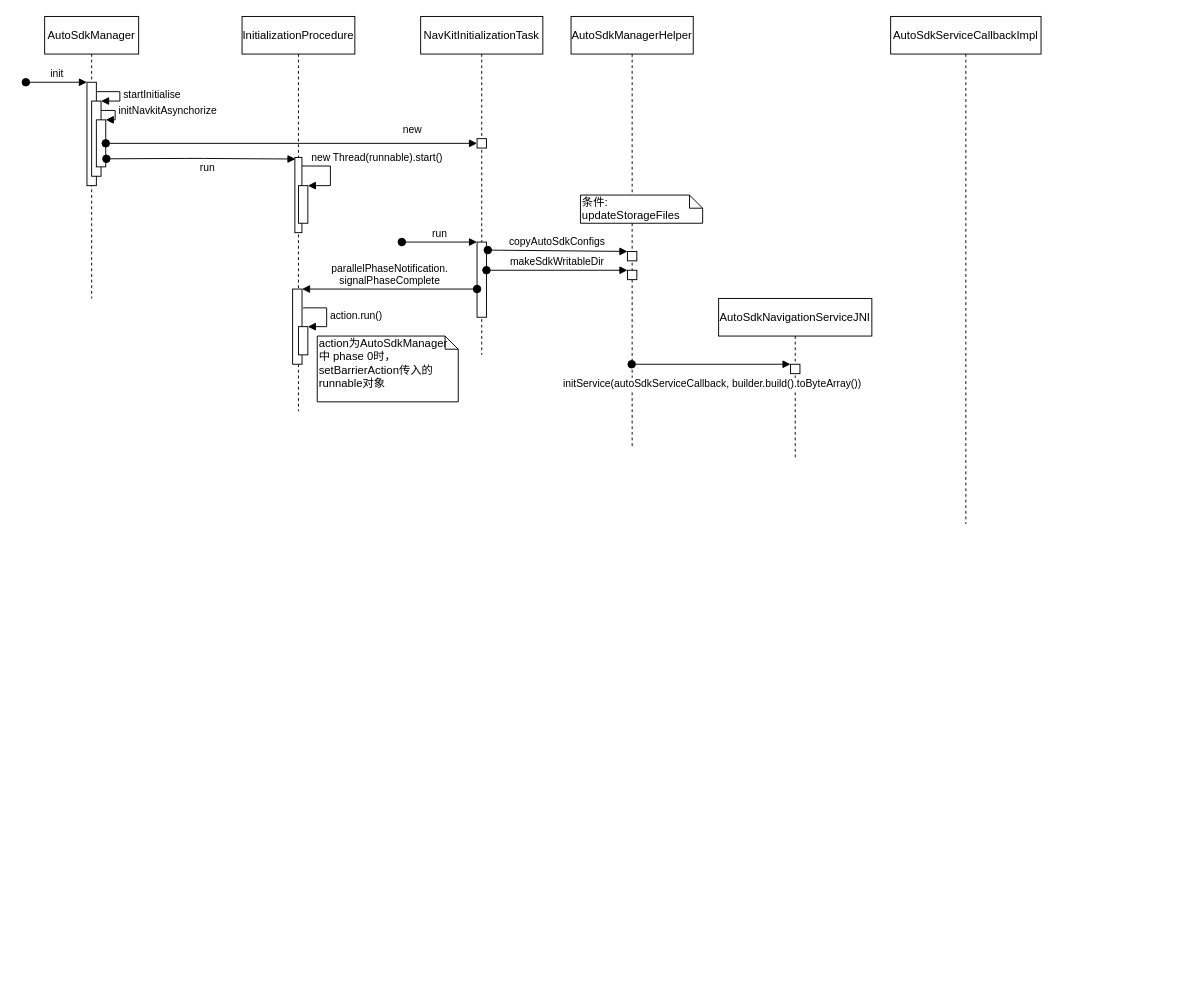
This is page "Page-2" (2 of 2) of Navkit_load_procesee.drawio from joyment2010/joy, a draw.io file, before an edit. Source tidied: cells renumbered, new cells numbered last; positions are measured from the earlier drawing's top-left corner, leaving out a move shared by most shapes. Both pictures are drawn from the tidied source at 94%, with x=0, y=0 at pixel (25, 16).
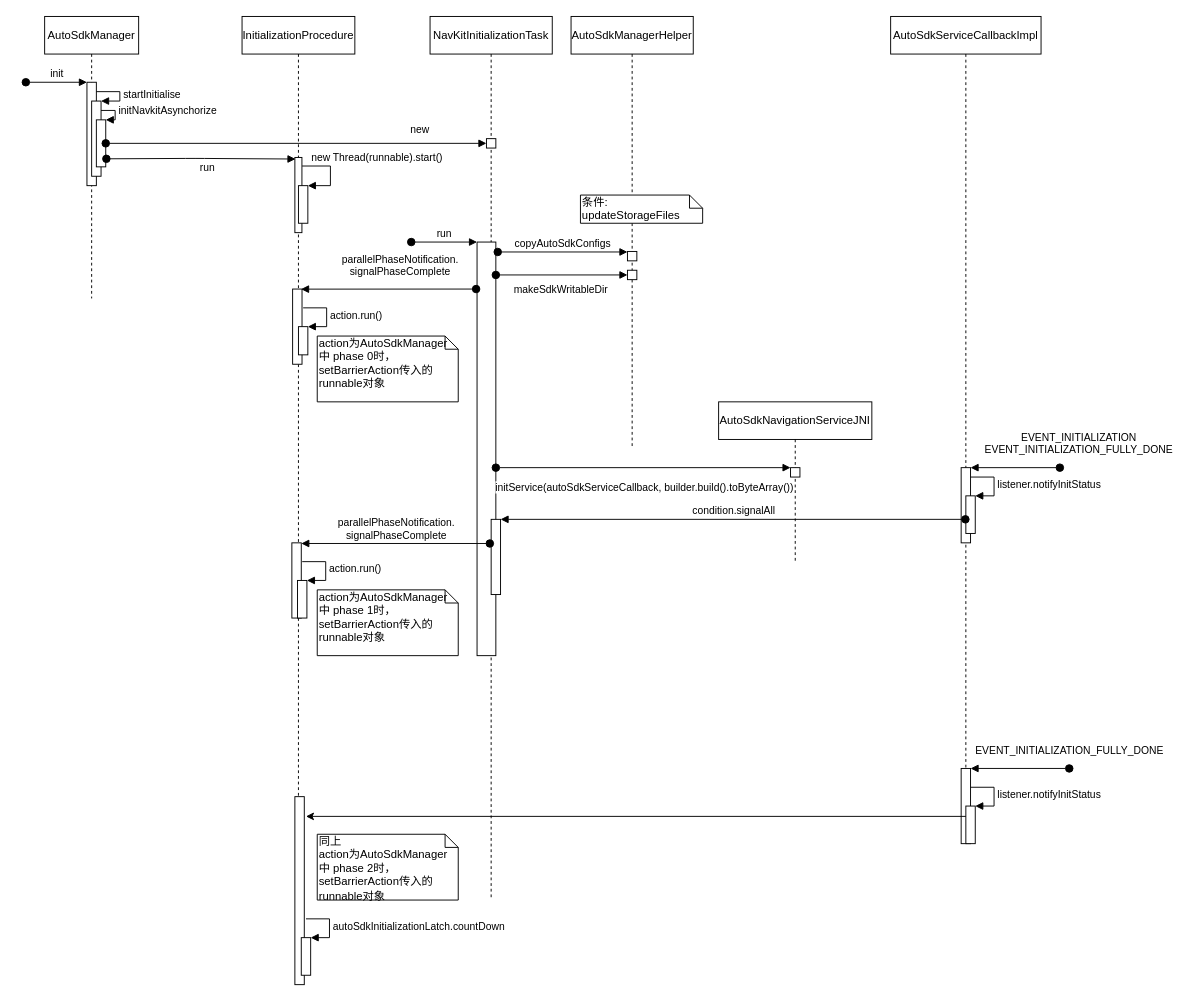
After the change.

The change refers to these unchanged cells:
```xml
<mxCell id="18" style="html=1;points=[];perimeter=orthogonalPerimeter;" parent="14" vertex="1">
  <mxGeometry x="53.8" y="290" width="10" height="80" as="geometry" />
</mxCell>
<mxCell id="22" value="AutoSdkManagerHelper" style="shape=umlLifeline;perimeter=lifelinePerimeter;whiteSpace=wrap;html=1;outlineConnect=0;" parent="1" vertex="1">
  <mxGeometry x="580" width="130" height="460" as="geometry" />
</mxCell>
<mxCell id="23" style="html=1;points=[];perimeter=orthogonalPerimeter;" parent="22" vertex="1">
  <mxGeometry x="60" y="250" width="10" height="10" as="geometry" />
</mxCell>
<mxCell id="24" style="html=1;points=[];perimeter=orthogonalPerimeter;" parent="22" vertex="1">
  <mxGeometry x="60" y="270" width="10" height="10" as="geometry" />
</mxCell>
<mxCell id="31" style="html=1;points=[];perimeter=orthogonalPerimeter;" parent="30" vertex="1">
  <mxGeometry x="76.5" y="70" width="10" height="10" as="geometry" />
</mxCell>
```

What changed in the source:
```diff
@@
     <mxCell id="9" value="NavKitInitializationTask" style="shape=umlLifeline;perimeter=lifelinePerimeter;whiteSpace=wrap;html=1;" parent="1" vertex="1">
-      <mxGeometry x="420" width="130" height="360" as="geometry" />
+      <mxGeometry x="430" width="130" height="940" as="geometry" />
     </mxCell>
@@
     <mxCell id="11" style="html=1;points=[];perimeter=orthogonalPerimeter;" parent="9" vertex="1">
-      <mxGeometry x="60" y="240" width="10" height="80" as="geometry" />
+      <mxGeometry x="50" y="240" width="20" height="440" as="geometry" />
     </mxCell>
@@
+    <mxCell id="34" style="html=1;points=[];perimeter=orthogonalPerimeter;" parent="9" vertex="1">
+      <mxGeometry x="65" y="535" width="10" height="80" as="geometry" />
+    </mxCell>
@@
     <mxCell id="14" value="InitializationProcedure" style="shape=umlLifeline;perimeter=lifelinePerimeter;whiteSpace=wrap;html=1;" parent="1" vertex="1">
-      <mxGeometry x="230" width="120" height="420" as="geometry" />
+      <mxGeometry x="230" width="120" height="1030" as="geometry" />
     </mxCell>
@@
+    <mxCell id="35" style="html=1;points=[];perimeter=orthogonalPerimeter;" parent="14" vertex="1">
+      <mxGeometry x="53" y="560" width="10" height="80" as="geometry" />
+    </mxCell>
+    <mxCell id="36" style="html=1;points=[];perimeter=orthogonalPerimeter;" parent="14" vertex="1">
+      <mxGeometry x="59" y="600" width="10" height="40" as="geometry" />
+    </mxCell>
+    <mxCell id="37" value="action.run()" style="edgeStyle=orthogonalEdgeStyle;html=1;align=left;spacingLeft=2;endArrow=block;rounded=0;entryX=1;entryY=0;" parent="14" edge="1" target="36">
+      <mxGeometry relative="1" as="geometry">
+        <mxPoint x="64" y="580" as="sourcePoint" />
+        <Array as="points">
+          <mxPoint x="89" y="580" />
+        </Array>
+      </mxGeometry>
+    </mxCell>
+    <mxCell id="38" style="html=1;perimeter=orthogonalPerimeter;" parent="14" vertex="1">
+      <mxGeometry x="56.2" y="830" width="10" height="200" as="geometry" />
+    </mxCell>
+    <mxCell id="39" style="html=1;points=[];perimeter=orthogonalPerimeter;" parent="14" vertex="1">
+      <mxGeometry x="63" y="980" width="10" height="40" as="geometry" />
+    </mxCell>
+    <mxCell id="40" value="autoSdkInitializationLatch.countDown" style="edgeStyle=orthogonalEdgeStyle;html=1;align=left;spacingLeft=2;endArrow=block;rounded=0;entryX=1;entryY=0;" parent="14" edge="1" target="39">
+      <mxGeometry relative="1" as="geometry">
+        <mxPoint x="68" y="960" as="sourcePoint" />
+        <Array as="points">
+          <mxPoint x="93" y="960" />
+        </Array>
+      </mxGeometry>
+    </mxCell>
@@
-    <mxCell id="25" value="copyAutoSdkConfigs" style="html=1;verticalAlign=bottom;startArrow=oval;endArrow=block;startSize=8;exitX=1.144;exitY=0.107;exitDx=0;exitDy=0;exitPerimeter=0;" parent="1" edge="1" source="11" target="23">
+    <mxCell id="25" value="copyAutoSdkConfigs" style="html=1;verticalAlign=bottom;startArrow=oval;endArrow=block;startSize=8;exitX=1.1;exitY=0.024;exitDx=0;exitDy=0;exitPerimeter=0;" parent="1" edge="1" source="11" target="23">
       <mxGeometry relative="1" as="geometry" />
     </mxCell>
-    <mxCell id="26" value="makeSdkWritableDir" style="html=1;verticalAlign=bottom;startArrow=oval;endArrow=block;startSize=8;exitX=1;exitY=0.375;exitDx=0;exitDy=0;exitPerimeter=0;" parent="1" edge="1" source="11" target="24">
-      <mxGeometry relative="1" as="geometry" />
+    <mxCell id="26" value="makeSdkWritableDir" style="html=1;verticalAlign=bottom;startArrow=oval;endArrow=block;startSize=8;" parent="1" edge="1" target="24">
+      <mxGeometry y="-25" relative="1" as="geometry">
+        <mxPoint x="500" y="275" as="sourcePoint" />
+        <mxPoint x="-1" as="offset" />
+      </mxGeometry>
     </mxCell>
@@
-    <mxCell id="28" value="parallelPhaseNotification.&lt;br&gt;signalPhaseComplete" style="html=1;verticalAlign=bottom;startArrow=oval;endArrow=block;startSize=8;" parent="1" edge="1" target="18">
-      <mxGeometry relative="1" as="geometry">
-        <mxPoint x="480" y="290" as="sourcePoint" />
+    <mxCell id="28" value="parallelPhaseNotification.&lt;br&gt;signalPhaseComplete" style="html=1;verticalAlign=bottom;startArrow=oval;endArrow=block;startSize=8;entryX=0.894;entryY=0.001;entryDx=0;entryDy=0;entryPerimeter=0;" parent="1" edge="1" target="18">
+      <mxGeometry x="-0.14" y="-9" relative="1" as="geometry">
+        <mxPoint x="479" y="290" as="sourcePoint" />
+        <mxPoint x="-1" as="offset" />
       </mxGeometry>
     </mxCell>
@@
     <mxCell id="30" value="AutoSdkNavigationServiceJNI" style="shape=umlLifeline;perimeter=lifelinePerimeter;whiteSpace=wrap;html=1;" parent="1" vertex="1">
-      <mxGeometry x="737" y="300" width="163" height="170" as="geometry" />
+      <mxGeometry x="737" y="410" width="163" height="170" as="geometry" />
     </mxCell>
@@
-    <mxCell id="32" value="initService(autoSdkServiceCallback, builder.build().toByteArray())" style="html=1;verticalAlign=bottom;startArrow=oval;endArrow=block;startSize=8;" parent="1" edge="1" source="22" target="31">
+    <mxCell id="32" value="initService(autoSdkServiceCallback, builder.build().toByteArray())" style="html=1;verticalAlign=bottom;startArrow=oval;endArrow=block;startSize=8;" parent="1" edge="1" source="11" target="31">
       <mxGeometry x="0.01" y="-30" relative="1" as="geometry" />
     </mxCell>
     <mxCell id="33" value="AutoSdkServiceCallbackImpl" style="shape=umlLifeline;perimeter=lifelinePerimeter;whiteSpace=wrap;html=1;outlineConnect=0;" parent="1" vertex="1">
-      <mxGeometry x="920" width="160" height="540" as="geometry" />
+      <mxGeometry x="920" width="160" height="880" as="geometry" />
     </mxCell>
+    <mxCell id="41" style="html=1;points=[];perimeter=orthogonalPerimeter;" parent="33" vertex="1">
+      <mxGeometry x="75" y="480" width="10" height="80" as="geometry" />
+    </mxCell>
+    <mxCell id="42" value="EVENT_INITIALIZATION&lt;br&gt;EVENT_INITIALIZATION_FULLY_DONE" style="html=1;verticalAlign=bottom;startArrow=oval;endArrow=block;startSize=8;" parent="33" edge="1" target="41">
+      <mxGeometry x="-1" y="-22" relative="1" as="geometry">
+        <mxPoint x="180" y="480" as="sourcePoint" />
+        <mxPoint x="20" y="12" as="offset" />
+      </mxGeometry>
+    </mxCell>
+    <mxCell id="43" style="html=1;points=[];perimeter=orthogonalPerimeter;" parent="33" vertex="1">
+      <mxGeometry x="75" y="800" width="10" height="80" as="geometry" />
+    </mxCell>
+    <mxCell id="44" value="EVENT_INITIALIZATION_FULLY_DONE" style="html=1;verticalAlign=bottom;startArrow=oval;endArrow=block;startSize=8;" parent="33" edge="1" target="43">
+      <mxGeometry x="-1" y="-10" relative="1" as="geometry">
+        <mxPoint x="190" y="800" as="sourcePoint" />
+      </mxGeometry>
+    </mxCell>
+    <mxCell id="45" style="html=1;points=[];perimeter=orthogonalPerimeter;" parent="33" vertex="1">
+      <mxGeometry x="80" y="840" width="10" height="40" as="geometry" />
+    </mxCell>
+    <mxCell id="46" value="listener.notifyInitStatus" style="edgeStyle=orthogonalEdgeStyle;html=1;align=left;spacingLeft=2;endArrow=block;rounded=0;entryX=1;entryY=0;" parent="33" edge="1" target="45">
+      <mxGeometry relative="1" as="geometry">
+        <mxPoint x="85" y="820" as="sourcePoint" />
+        <Array as="points">
+          <mxPoint x="110" y="820" />
+        </Array>
+      </mxGeometry>
+    </mxCell>
+    <mxCell id="47" style="html=1;points=[];perimeter=orthogonalPerimeter;" parent="1" vertex="1">
+      <mxGeometry x="1000" y="510" width="10" height="40" as="geometry" />
+    </mxCell>
+    <mxCell id="48" value="listener.notifyInitStatus" style="edgeStyle=orthogonalEdgeStyle;html=1;align=left;spacingLeft=2;endArrow=block;rounded=0;entryX=1;entryY=0;" parent="1" edge="1" target="47">
+      <mxGeometry relative="1" as="geometry">
+        <mxPoint x="1005" y="490" as="sourcePoint" />
+        <Array as="points">
+          <mxPoint x="1030" y="490" />
+        </Array>
+      </mxGeometry>
+    </mxCell>
+    <mxCell id="49" value="condition.signalAll" style="html=1;verticalAlign=bottom;startArrow=oval;endArrow=block;startSize=8;" parent="1" edge="1" source="33" target="34">
+      <mxGeometry relative="1" as="geometry" />
+    </mxCell>
+    <mxCell id="50" value="&lt;div&gt;parallelPhaseNotification.&lt;/div&gt;&lt;div&gt;signalPhaseComplete&lt;/div&gt;" style="html=1;verticalAlign=bottom;startArrow=oval;endArrow=block;startSize=8;exitX=-0.14;exitY=0.321;exitDx=0;exitDy=0;exitPerimeter=0;" parent="1" edge="1" source="34" target="35">
+      <mxGeometry relative="1" as="geometry" />
+    </mxCell>
+    <mxCell id="51" value="action为AutoSdkManager中&amp;nbsp;phase 1时，setBarrierAction传入的 runnable对象" style="shape=note;whiteSpace=wrap;html=1;size=14;verticalAlign=top;align=left;spacingTop=-6;" parent="1" vertex="1">
+      <mxGeometry x="310" y="610" width="150" height="70" as="geometry" />
+    </mxCell>
+    <mxCell id="52" style="edgeStyle=orthogonalEdgeStyle;rounded=0;orthogonalLoop=1;jettySize=auto;html=1;" parent="1" edge="1">
+      <mxGeometry relative="1" as="geometry">
+        <mxPoint x="1000" y="851.4" as="sourcePoint" />
+        <mxPoint x="298" y="851" as="targetPoint" />
+        <Array as="points">
+          <mxPoint x="298" y="851" />
+        </Array>
+      </mxGeometry>
+    </mxCell>
+    <mxCell id="53" value="同上&lt;br&gt;action为AutoSdkManager中&amp;nbsp;phase 2时，setBarrierAction传入的 runnable对象" style="shape=note;whiteSpace=wrap;html=1;size=14;verticalAlign=top;align=left;spacingTop=-6;" parent="1" vertex="1">
+      <mxGeometry x="310" y="870" width="150" height="70" as="geometry" />
+    </mxCell>
```
